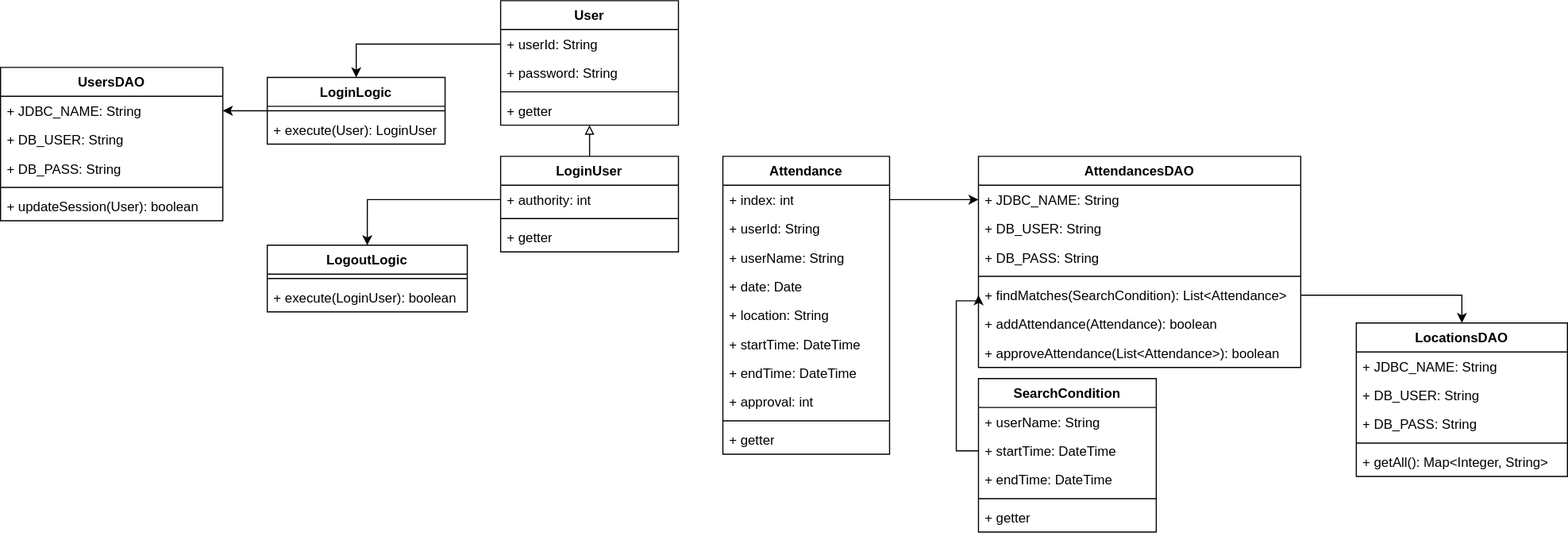
This is クラス図.svg from hokuto-fukura/software_engineering, a draw.io export, as it was before one commit. Source tidied: cells renumbered, new cells last; positions are measured from the earlier drawing's top-left corner, leaving out a move shared by most shapes.
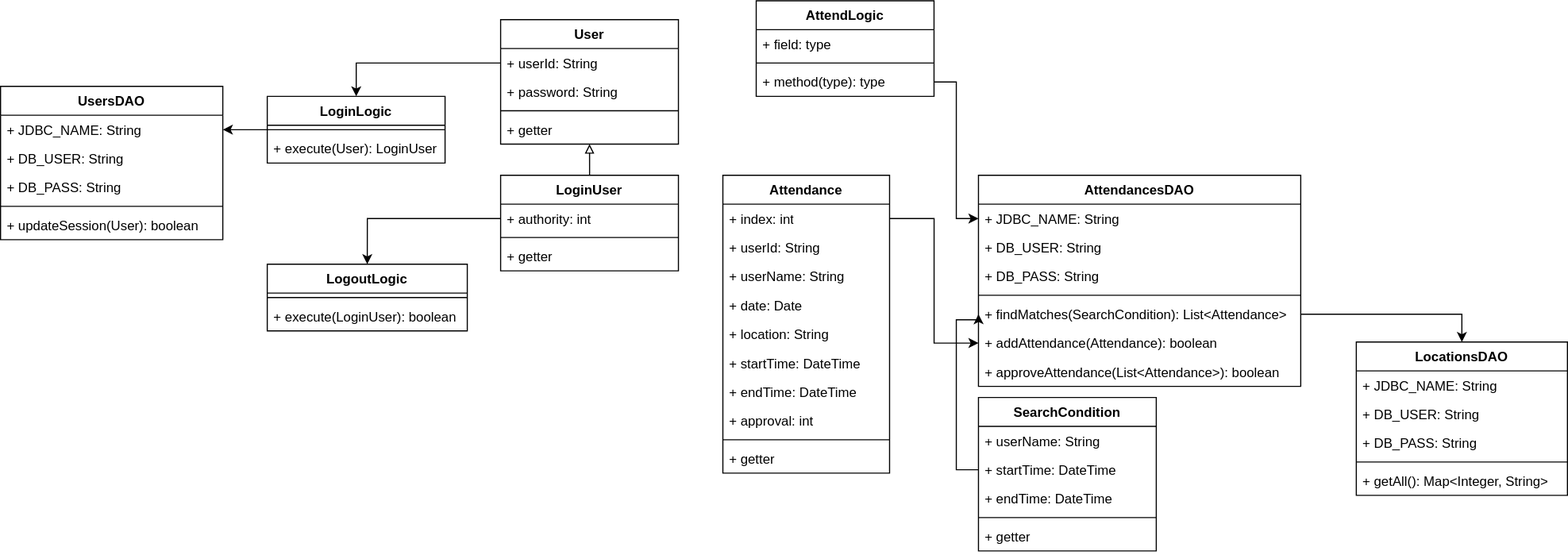
The same diagram one commit later.

Commit message:
クラス図.svg を更新します

The edit, as a diff of the source:
```diff
@@ -119,7 +119,7 @@
     <mxCell id="40" value="+ getter" style="text;strokeColor=none;fillColor=none;align=left;verticalAlign=top;spacingLeft=4;spacingRight=4;overflow=hidden;whiteSpace=wrap;html=1;" parent="36" vertex="1">
       <mxGeometry y="86" width="160" height="26" as="geometry" />
     </mxCell>
-    <mxCell id="41" style="edgeStyle=orthogonalEdgeStyle;rounded=0;jettySize=auto;html=1;entryX=0;entryY=0.5;entryDx=0;entryDy=0;" parent="1" edge="1" source="3" target="14">
+    <mxCell id="41" style="edgeStyle=orthogonalEdgeStyle;rounded=0;jettySize=auto;html=1;entryX=0;entryY=0.5;entryDx=0;entryDy=0;" parent="1" edge="1" source="3" target="19">
       <mxGeometry relative="1" as="geometry" />
     </mxCell>
     <mxCell id="42" style="edgeStyle=orthogonalEdgeStyle;rounded=0;jettySize=auto;html=1;entryX=0;entryY=0.5;entryDx=0;entryDy=0;" parent="1" edge="1" source="28" target="18">
@@ -185,5 +185,20 @@
     <mxCell id="60" style="edgeStyle=orthogonalEdgeStyle;rounded=0;jettySize=auto;html=1;" parent="1" edge="1" source="18" target="54">
       <mxGeometry relative="1" as="geometry" />
     </mxCell>
+    <mxCell id="61" value="AttendLogic" style="swimlane;fontStyle=1;align=center;verticalAlign=top;horizontal=1;startSize=26;whiteSpace=wrap;html=1;" parent="1" vertex="1">
+      <mxGeometry x="680" y="-17" width="160" height="86" as="geometry" />
+    </mxCell>
+    <mxCell id="62" value="+ field: type" style="text;strokeColor=none;fillColor=none;align=left;verticalAlign=top;spacingLeft=4;spacingRight=4;overflow=hidden;whiteSpace=wrap;html=1;" parent="61" vertex="1">
+      <mxGeometry y="26" width="160" height="26" as="geometry" />
+    </mxCell>
+    <mxCell id="63" style="line;strokeWidth=1;fillColor=none;align=left;verticalAlign=middle;spacingTop=-1;spacingLeft=3;spacingRight=3;labelPosition=right;strokeColor=inherit;" parent="61" vertex="1">
+      <mxGeometry y="52" width="160" height="8" as="geometry" />
+    </mxCell>
+    <mxCell id="64" value="+ method(type): type" style="text;strokeColor=none;fillColor=none;align=left;verticalAlign=top;spacingLeft=4;spacingRight=4;overflow=hidden;points=[[0,0.5],[1,0.5]];portConstraint=eastwest;whiteSpace=wrap;html=1;" parent="61" vertex="1">
+      <mxGeometry y="60" width="160" height="26" as="geometry" />
+    </mxCell>
+    <mxCell id="65" style="edgeStyle=orthogonalEdgeStyle;rounded=0;jettySize=auto;html=1;entryX=0;entryY=0.5;entryDx=0;entryDy=0;" parent="1" edge="1" source="64" target="14">
+      <mxGeometry relative="1" as="geometry" />
+    </mxCell>
   </root>
 </mxGraphModel>
```
